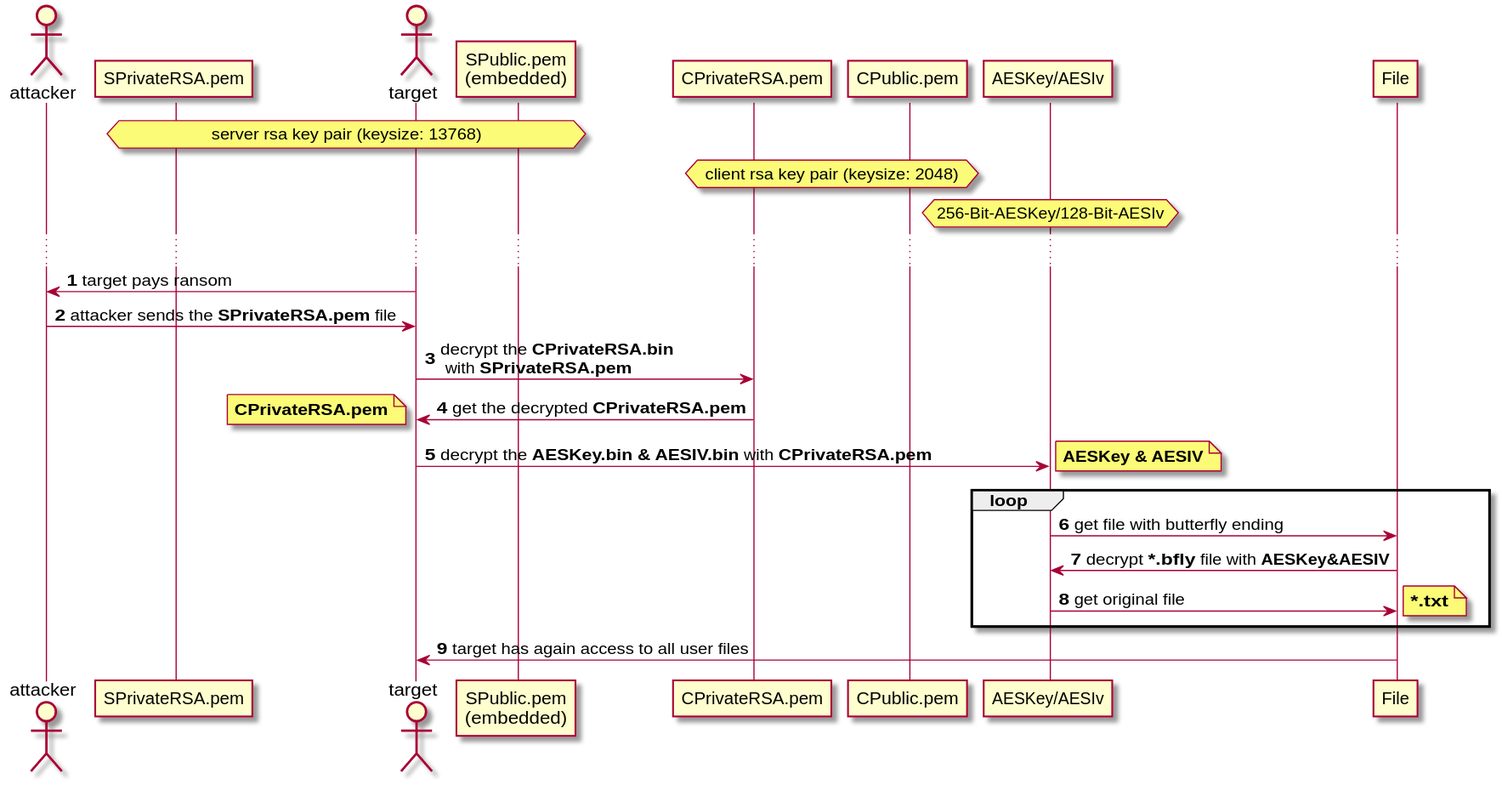
Before: architecture/sequence_diagrams/decryption.svg, a diagram exported from PlantUML (bierschi/butterfly). Source of this version:
```plantuml
@startuml

actor attacker
participant SPrivateRSA.pem as SPrivate
actor target
participant "SPublic.pem\n(embedded)" as SPublic
participant CPrivateRSA.pem as CPrivate
participant CPublic.pem as CPublic
participant "AESKey/AESIv" as AESKey
participant File

autonumber
hnote over SPrivate, SPublic: server rsa key pair (keysize: 13768)
hnote over CPrivate, CPublic: client rsa key pair (keysize: 2048)
hnote over AESKey: 256-Bit-AESKey/128-Bit-AESIv
...
attacker <- target: target pays ransom
attacker -> target: attacker sends the **SPrivateRSA.pem** file

target -> CPrivate: decrypt the **CPrivateRSA.bin**\n with **SPrivateRSA.pem**
CPrivate -> target: get the decrypted **CPrivateRSA.pem**
note left: **CPrivateRSA.pem**
target -> AESKey: decrypt the **AESKey.bin & AESIV.bin** with **CPrivateRSA.pem**
note right: **AESKey & AESIV**

loop
File <- AESKey: get file with butterfly ending
File -> AESKey: decrypt ***.bfly** file with **AESKey&AESIV**
File <- AESKey: get original file
note right: **~*.txt**
end
File -> target: target has again access to all user files

@enduml
```
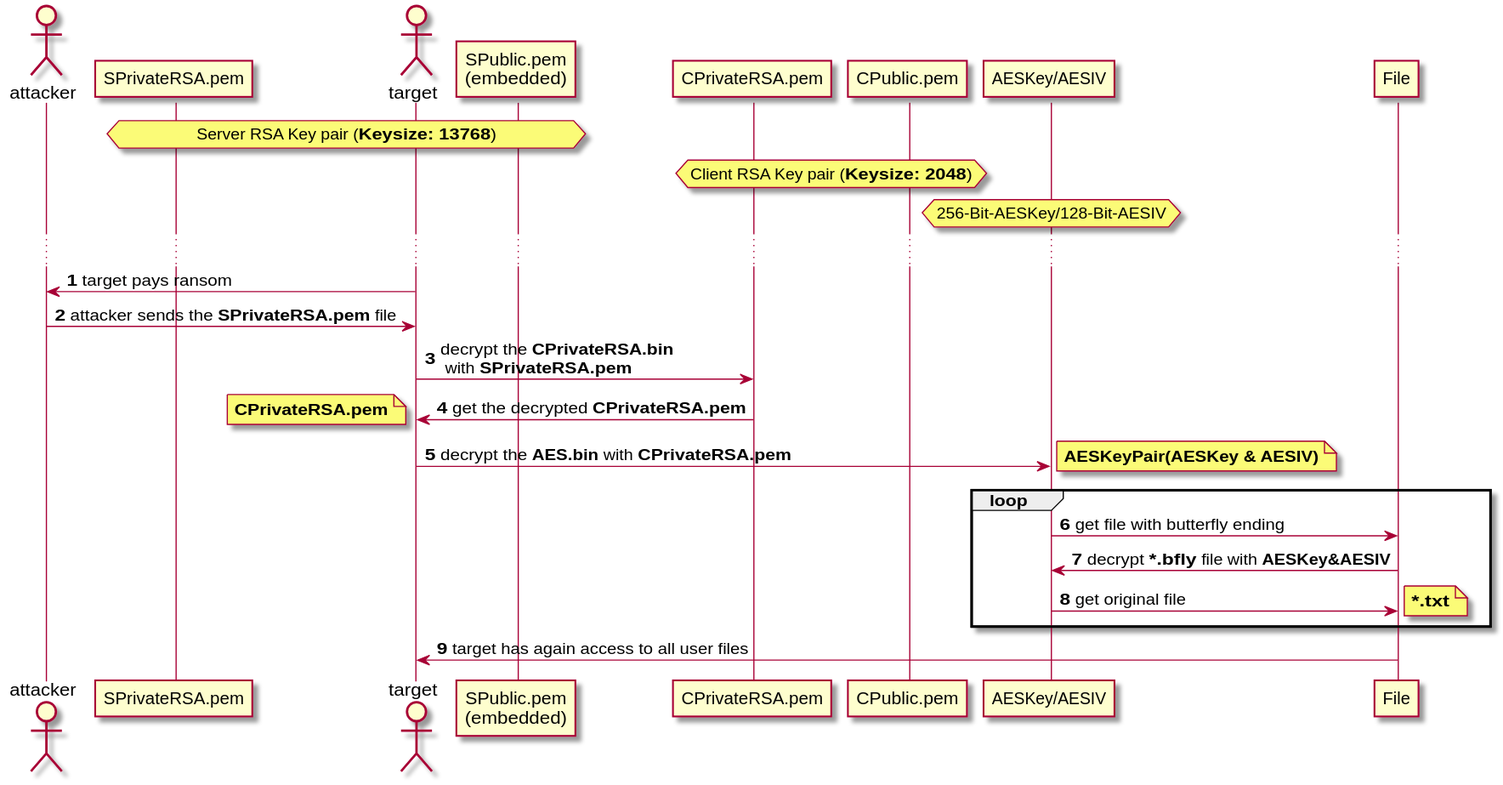
The same diagram one commit later.

Change to the diagram source:
```diff
@@ -6,13 +6,13 @@
 participant "SPublic.pem\n(embedded)" as SPublic
 participant CPrivateRSA.pem as CPrivate
 participant CPublic.pem as CPublic
-participant "AESKey/AESIv" as AESKey
+participant "AESKey/AESIV" as AESKey
 participant File
 
 autonumber
-hnote over SPrivate, SPublic: server rsa key pair (keysize: 13768)
-hnote over CPrivate, CPublic: client rsa key pair (keysize: 2048)
-hnote over AESKey: 256-Bit-AESKey/128-Bit-AESIv
+hnote over SPrivate, SPublic: Server RSA Key pair (**Keysize: 13768**)
+hnote over CPrivate, CPublic: Client RSA Key pair (**Keysize: 2048**)
+hnote over AESKey: 256-Bit-AESKey/128-Bit-AESIV
 ...
 attacker <- target: target pays ransom
 attacker -> target: attacker sends the **SPrivateRSA.pem** file
@@ -20,8 +20,8 @@
 target -> CPrivate: decrypt the **CPrivateRSA.bin**\n with **SPrivateRSA.pem**
 CPrivate -> target: get the decrypted **CPrivateRSA.pem**
 note left: **CPrivateRSA.pem**
-target -> AESKey: decrypt the **AESKey.bin & AESIV.bin** with **CPrivateRSA.pem**
-note right: **AESKey & AESIV**
+target -> AESKey: decrypt the **AES.bin** with **CPrivateRSA.pem**
+note right: **AESKeyPair(AESKey & AESIV)**
 
 loop
 File <- AESKey: get file with butterfly ending
```
